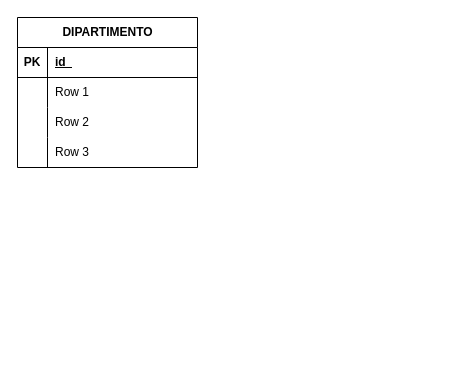
Earlier version of the draw.io diagram university.dio (akthernahela/db-university). Source tidied: cells renumbered, new cells numbered last; positions are measured from the earlier drawing's top-left corner, leaving out a move shared by most shapes. Both pictures are drawn from the tidied source at 100%, with x=0, y=0 at pixel (17, 17).
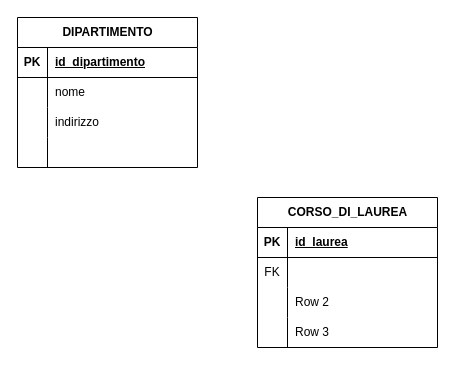
After the change.

Commit message:
Start degree course table

The change refers to these unchanged cells:
```xml
<mxCell id="3" style="shape=tableRow;horizontal=0;startSize=0;swimlaneHead=0;swimlaneBody=0;fillColor=none;top=0;left=0;right=0;bottom=1;" parent="2" vertex="1">
  <mxGeometry y="30" width="180" height="30" as="geometry" />
</mxCell>
<mxCell id="6" style="shape=tableRow;horizontal=0;startSize=0;swimlaneHead=0;swimlaneBody=0;fillColor=none;top=0;left=0;right=0;bottom=0;" parent="2" vertex="1">
  <mxGeometry y="60" width="180" height="30" as="geometry" />
</mxCell>
<mxCell id="9" style="shape=tableRow;horizontal=0;startSize=0;swimlaneHead=0;swimlaneBody=0;fillColor=none;top=0;left=0;right=0;bottom=0;" parent="2" vertex="1">
  <mxGeometry y="90" width="180" height="30" as="geometry" />
</mxCell>
<mxCell id="12" style="shape=tableRow;horizontal=0;startSize=0;swimlaneHead=0;swimlaneBody=0;fillColor=none;top=0;left=0;right=0;bottom=0;" parent="2" vertex="1">
  <mxGeometry y="120" width="180" height="30" as="geometry" />
</mxCell>
```

The edit, as a diff of the source:
```diff
@@
-    <mxCell id="5" value="id_" style="shape=partialRectangle;fillColor=none;top=0;left=0;bottom=0;right=0;align=left;spacingLeft=6;fontStyle=5;overflow=hidden;whiteSpace=wrap;html=1;" parent="3" vertex="1">
+    <mxCell id="5" value="id_dipartimento" style="shape=partialRectangle;fillColor=none;top=0;left=0;bottom=0;right=0;align=left;spacingLeft=6;fontStyle=5;overflow=hidden;whiteSpace=wrap;html=1;" parent="3" vertex="1">
       <mxGeometry x="30" width="150" height="30" as="geometry" />
     </mxCell>
@@
-    <mxCell id="8" value="Row 1" style="shape=partialRectangle;fillColor=none;top=0;left=0;bottom=0;right=0;align=left;spacingLeft=6;overflow=hidden;whiteSpace=wrap;html=1;" parent="6" vertex="1">
+    <mxCell id="8" value="nome" style="shape=partialRectangle;fillColor=none;top=0;left=0;bottom=0;right=0;align=left;spacingLeft=6;overflow=hidden;whiteSpace=wrap;html=1;" parent="6" vertex="1">
       <mxGeometry x="30" width="150" height="30" as="geometry" />
     </mxCell>
@@
-    <mxCell id="11" value="Row 2" style="shape=partialRectangle;fillColor=none;top=0;left=0;bottom=0;right=0;align=left;spacingLeft=6;overflow=hidden;whiteSpace=wrap;html=1;" parent="9" vertex="1">
+    <mxCell id="11" value="indirizzo" style="shape=partialRectangle;fillColor=none;top=0;left=0;bottom=0;right=0;align=left;spacingLeft=6;overflow=hidden;whiteSpace=wrap;html=1;" parent="9" vertex="1">
       <mxGeometry x="30" width="150" height="30" as="geometry" />
     </mxCell>
@@
-    <mxCell id="14" value="Row 3" style="shape=partialRectangle;fillColor=none;top=0;left=0;bottom=0;right=0;align=left;spacingLeft=6;overflow=hidden;whiteSpace=wrap;html=1;" parent="12" vertex="1">
+    <mxCell id="14" style="shape=partialRectangle;fillColor=none;top=0;left=0;bottom=0;right=0;align=left;spacingLeft=6;overflow=hidden;whiteSpace=wrap;html=1;" parent="12" vertex="1">
       <mxGeometry x="30" width="150" height="30" as="geometry" />
     </mxCell>
+    <mxCell id="15" value="CORSO_DI_LAUREA" style="shape=table;startSize=30;childLayout=tableLayout;rowLines=0;fontStyle=1;align=center;html=1;" parent="1" vertex="1">
+      <mxGeometry x="240" y="180" width="180" height="150" as="geometry" />
+    </mxCell>
+    <mxCell id="16" style="shape=tableRow;horizontal=0;startSize=0;swimlaneHead=0;swimlaneBody=0;fillColor=none;top=0;left=0;right=0;bottom=1;" parent="15" vertex="1">
+      <mxGeometry y="30" width="180" height="30" as="geometry" />
+    </mxCell>
+    <mxCell id="17" value="PK" style="shape=partialRectangle;fillColor=none;top=0;left=0;bottom=0;right=0;fontStyle=1;overflow=hidden;whiteSpace=wrap;html=1;" parent="16" vertex="1">
+      <mxGeometry width="30" height="30" as="geometry" />
+    </mxCell>
+    <mxCell id="18" value="id_laurea" style="shape=partialRectangle;fillColor=none;top=0;left=0;bottom=0;right=0;align=left;spacingLeft=6;fontStyle=5;overflow=hidden;whiteSpace=wrap;html=1;" parent="16" vertex="1">
+      <mxGeometry x="30" width="150" height="30" as="geometry" />
+    </mxCell>
+    <mxCell id="19" style="shape=tableRow;horizontal=0;startSize=0;swimlaneHead=0;swimlaneBody=0;fillColor=none;top=0;left=0;right=0;bottom=0;" parent="15" vertex="1">
+      <mxGeometry y="60" width="180" height="30" as="geometry" />
+    </mxCell>
+    <mxCell id="20" value="FK" style="shape=partialRectangle;fillColor=none;top=0;left=0;bottom=0;right=0;overflow=hidden;whiteSpace=wrap;html=1;" parent="19" vertex="1">
+      <mxGeometry width="30" height="30" as="geometry" />
+    </mxCell>
+    <mxCell id="21" style="shape=partialRectangle;fillColor=none;top=0;left=0;bottom=0;right=0;align=left;spacingLeft=6;overflow=hidden;whiteSpace=wrap;html=1;" parent="19" vertex="1">
+      <mxGeometry x="30" width="150" height="30" as="geometry" />
+    </mxCell>
+    <mxCell id="22" style="shape=tableRow;horizontal=0;startSize=0;swimlaneHead=0;swimlaneBody=0;fillColor=none;top=0;left=0;right=0;bottom=0;" parent="15" vertex="1">
+      <mxGeometry y="90" width="180" height="30" as="geometry" />
+    </mxCell>
+    <mxCell id="23" style="shape=partialRectangle;fillColor=none;top=0;left=0;bottom=0;right=0;overflow=hidden;whiteSpace=wrap;html=1;" parent="22" vertex="1">
+      <mxGeometry width="30" height="30" as="geometry" />
+    </mxCell>
+    <mxCell id="24" value="Row 2" style="shape=partialRectangle;fillColor=none;top=0;left=0;bottom=0;right=0;align=left;spacingLeft=6;overflow=hidden;whiteSpace=wrap;html=1;" parent="22" vertex="1">
+      <mxGeometry x="30" width="150" height="30" as="geometry" />
+    </mxCell>
+    <mxCell id="25" style="shape=tableRow;horizontal=0;startSize=0;swimlaneHead=0;swimlaneBody=0;fillColor=none;top=0;left=0;right=0;bottom=0;" parent="15" vertex="1">
+      <mxGeometry y="120" width="180" height="30" as="geometry" />
+    </mxCell>
+    <mxCell id="26" style="shape=partialRectangle;fillColor=none;top=0;left=0;bottom=0;right=0;overflow=hidden;whiteSpace=wrap;html=1;" parent="25" vertex="1">
+      <mxGeometry width="30" height="30" as="geometry" />
+    </mxCell>
+    <mxCell id="27" value="Row 3" style="shape=partialRectangle;fillColor=none;top=0;left=0;bottom=0;right=0;align=left;spacingLeft=6;overflow=hidden;whiteSpace=wrap;html=1;" parent="25" vertex="1">
+      <mxGeometry x="30" width="150" height="30" as="geometry" />
+    </mxCell>
```
